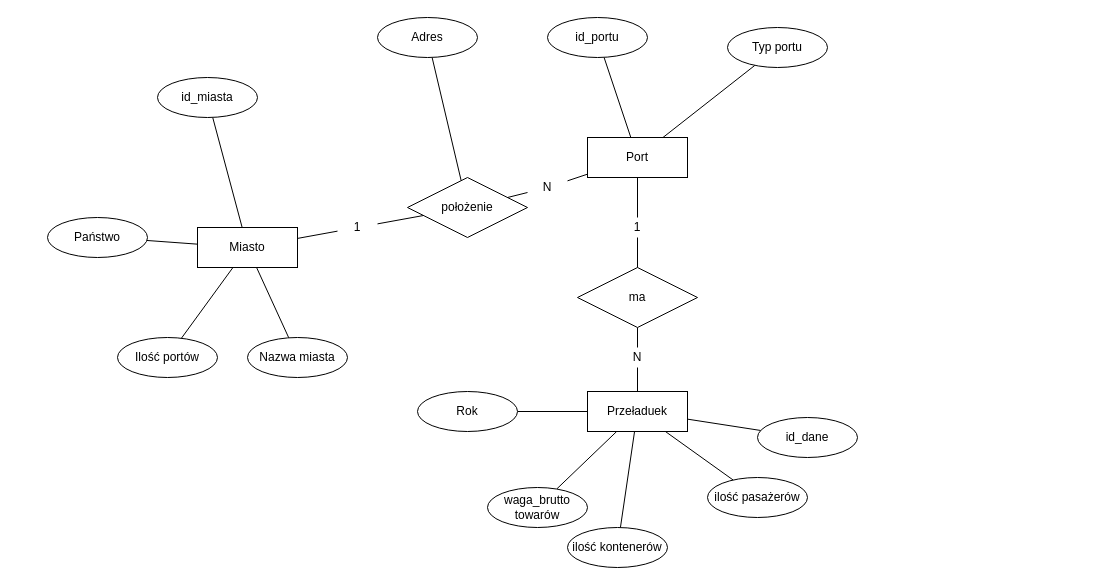
The draw.io diagram portyv2.drawio in finalkiwii/databases-umbrellas, before the edit. Source tidied: cells renumbered, new cells numbered last; positions are measured from the earlier drawing's top-left corner, leaving out a move shared by most shapes. Both pictures are drawn from the tidied source at 100%, with x=0, y=0 at pixel (47, 17).
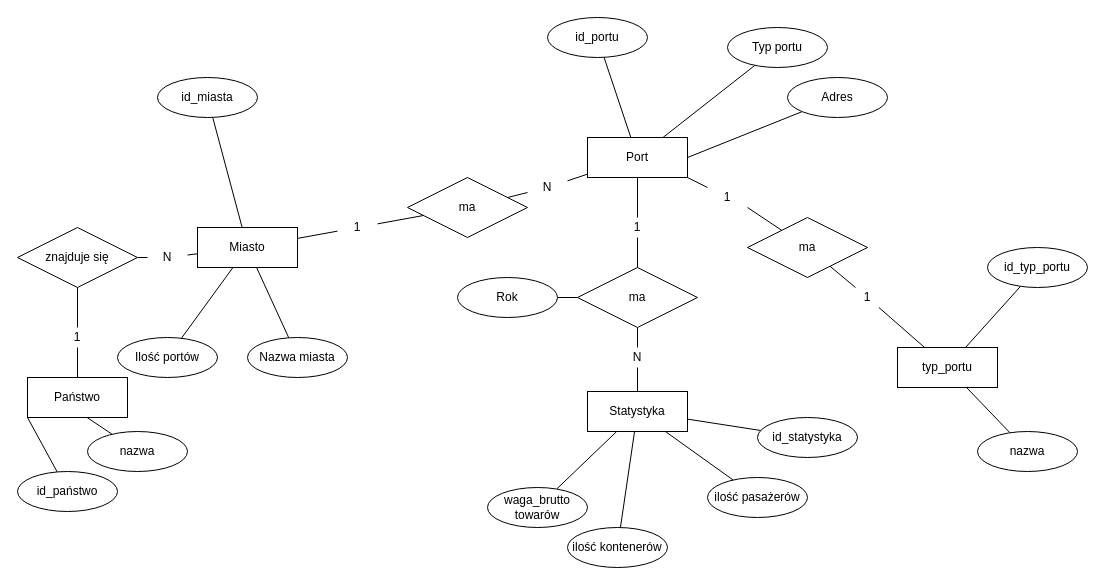
The same page after the edit.

Unchanged cells that the change refers to:
```xml
<mxCell id="2" value="Miasto" style="whiteSpace=wrap;html=1;align=center;" parent="1" vertex="1">
  <mxGeometry x="150" y="210" width="100" height="40" as="geometry" />
</mxCell>
<mxCell id="7" value="Port" style="whiteSpace=wrap;html=1;align=center;" parent="1" vertex="1">
  <mxGeometry x="540" y="120" width="100" height="40" as="geometry" />
</mxCell>
<mxCell id="28" value="ma" style="shape=rhombus;perimeter=rhombusPerimeter;whiteSpace=wrap;html=1;align=center;" parent="1" vertex="1">
  <mxGeometry x="530" y="250" width="120" height="60" as="geometry" />
</mxCell>
```

What changed in the source:
```diff
@@
-    <mxCell id="3" style="rounded=0;jettySize=auto;html=1;endArrow=none;endFill=0;" parent="1" edge="1" source="4" target="2">
+    <mxCell id="3" style="rounded=0;jettySize=auto;html=1;endArrow=none;endFill=0;entryX=0;entryY=0;entryDx=0;entryDy=0;" parent="1" edge="1" source="4" target="49">
       <mxGeometry relative="1" as="geometry" />
     </mxCell>
-    <mxCell id="4" value="Państwo" style="ellipse;whiteSpace=wrap;html=1;align=center;" parent="1" vertex="1">
-      <mxGeometry y="200" width="100" height="40" as="geometry" />
+    <mxCell id="4" value="nazwa" style="ellipse;whiteSpace=wrap;html=1;align=center;" parent="1" vertex="1">
+      <mxGeometry x="40" y="414" width="100" height="40" as="geometry" />
     </mxCell>
@@
-    <mxCell id="10" value="położenie" style="shape=rhombus;perimeter=rhombusPerimeter;whiteSpace=wrap;html=1;align=center;" parent="1" vertex="1">
+    <mxCell id="10" value="ma" style="shape=rhombus;perimeter=rhombusPerimeter;whiteSpace=wrap;html=1;align=center;" parent="1" vertex="1">
       <mxGeometry x="360" y="160" width="120" height="60" as="geometry" />
     </mxCell>
-    <mxCell id="11" style="edgeStyle=none;rounded=0;jettySize=auto;html=1;endArrow=none;endFill=0;" parent="1" edge="1" source="12" target="10">
+    <mxCell id="11" style="edgeStyle=none;rounded=0;jettySize=auto;html=1;endArrow=none;endFill=0;entryX=1;entryY=0.5;entryDx=0;entryDy=0;" parent="1" edge="1" source="12" target="7">
       <mxGeometry relative="1" as="geometry" />
     </mxCell>
     <mxCell id="12" value="Adres" style="ellipse;whiteSpace=wrap;html=1;align=center;" parent="1" vertex="1">
-      <mxGeometry x="330" width="100" height="40" as="geometry" />
+      <mxGeometry x="740" y="60" width="100" height="40" as="geometry" />
     </mxCell>
@@
-    <mxCell id="21" value="Przeładuek" style="whiteSpace=wrap;html=1;align=center;" parent="1" vertex="1">
+    <mxCell id="21" value="Statystyka" style="whiteSpace=wrap;html=1;align=center;" parent="1" vertex="1">
       <mxGeometry x="540" y="374" width="100" height="40" as="geometry" />
     </mxCell>
@@
-    <mxCell id="29" style="edgeStyle=none;rounded=0;jettySize=auto;html=1;endArrow=none;endFill=0;entryX=0;entryY=0.5;entryDx=0;entryDy=0;" parent="1" edge="1" source="30" target="21">
+    <mxCell id="29" style="edgeStyle=none;rounded=0;jettySize=auto;html=1;endArrow=none;endFill=0;entryX=0;entryY=0.5;entryDx=0;entryDy=0;" parent="1" edge="1" source="30" target="28">
       <mxGeometry relative="1" as="geometry" />
     </mxCell>
     <mxCell id="30" value="Rok" style="ellipse;whiteSpace=wrap;html=1;align=center;" parent="1" vertex="1">
-      <mxGeometry x="370" y="374" width="100" height="40" as="geometry" />
+      <mxGeometry x="410" y="260" width="100" height="40" as="geometry" />
     </mxCell>
@@
-    <mxCell id="39" value="id_dane" style="ellipse;whiteSpace=wrap;html=1;align=center;" parent="1" vertex="1">
+    <mxCell id="39" value="id_statystyka" style="ellipse;whiteSpace=wrap;html=1;align=center;" parent="1" vertex="1">
       <mxGeometry x="710" y="400" width="100" height="40" as="geometry" />
     </mxCell>
@@
+    <mxCell id="44" style="rounded=0;jettySize=auto;html=1;endArrow=none;endFill=0;" parent="1" edge="1" source="52" target="2">
+      <mxGeometry relative="1" as="geometry" />
+    </mxCell>
+    <mxCell id="45" value="znajduje się" style="shape=rhombus;perimeter=rhombusPerimeter;whiteSpace=wrap;html=1;align=center;" parent="1" vertex="1">
+      <mxGeometry x="-30" y="210" width="120" height="60" as="geometry" />
+    </mxCell>
+    <mxCell id="46" style="rounded=0;jettySize=auto;html=1;endArrow=none;endFill=0;entryX=0;entryY=1;entryDx=0;entryDy=0;" parent="1" edge="1" source="47" target="49">
+      <mxGeometry relative="1" as="geometry" />
+    </mxCell>
+    <mxCell id="47" value="id_państwo" style="ellipse;whiteSpace=wrap;html=1;align=center;" parent="1" vertex="1">
+      <mxGeometry x="-30" y="454" width="100" height="40" as="geometry" />
+    </mxCell>
+    <mxCell id="48" style="edgeStyle=none;rounded=0;jettySize=auto;html=1;endArrow=none;endFill=0;" parent="1" edge="1" source="50" target="45">
+      <mxGeometry relative="1" as="geometry" />
+    </mxCell>
+    <mxCell id="49" value="Państwo" style="whiteSpace=wrap;html=1;align=center;" parent="1" vertex="1">
+      <mxGeometry x="-20" y="360" width="100" height="40" as="geometry" />
+    </mxCell>
+    <mxCell id="50" value="1" style="text;html=1;strokeColor=none;fillColor=none;align=center;verticalAlign=middle;whiteSpace=wrap;rounded=0;" parent="1" vertex="1">
+      <mxGeometry x="10" y="310" width="40" height="20" as="geometry" />
+    </mxCell>
+    <mxCell id="51" style="edgeStyle=none;rounded=0;jettySize=auto;html=1;endArrow=none;endFill=0;" parent="1" edge="1" source="49" target="50">
+      <mxGeometry relative="1" as="geometry" />
+    </mxCell>
+    <mxCell id="52" value="N" style="text;html=1;strokeColor=none;fillColor=none;align=center;verticalAlign=middle;whiteSpace=wrap;rounded=0;" parent="1" vertex="1">
+      <mxGeometry x="100" y="230" width="40" height="20" as="geometry" />
+    </mxCell>
+    <mxCell id="53" style="rounded=0;jettySize=auto;html=1;endArrow=none;endFill=0;" parent="1" edge="1" source="45" target="52">
+      <mxGeometry relative="1" as="geometry" />
+    </mxCell>
+    <mxCell id="54" style="edgeStyle=none;rounded=0;orthogonalLoop=1;jettySize=auto;html=1;exitX=0.5;exitY=0;exitDx=0;exitDy=0;endArrow=none;endFill=0;" parent="1" edge="1" source="50" target="50">
+      <mxGeometry relative="1" as="geometry" />
+    </mxCell>
+    <mxCell id="55" style="rounded=0;jettySize=auto;html=1;entryX=1;entryY=1;entryDx=0;entryDy=0;endArrow=none;endFill=0;" parent="1" edge="1" source="61" target="7">
+      <mxGeometry relative="1" as="geometry" />
+    </mxCell>
+    <mxCell id="56" value="ma" style="shape=rhombus;perimeter=rhombusPerimeter;whiteSpace=wrap;html=1;align=center;" parent="1" vertex="1">
+      <mxGeometry x="700" y="200" width="120" height="60" as="geometry" />
+    </mxCell>
+    <mxCell id="57" style="edgeStyle=none;rounded=0;jettySize=auto;html=1;endArrow=none;endFill=0;" parent="1" edge="1" source="63" target="56">
+      <mxGeometry relative="1" as="geometry" />
+    </mxCell>
+    <mxCell id="58" value="typ_portu" style="whiteSpace=wrap;html=1;align=center;" parent="1" vertex="1">
+      <mxGeometry x="850" y="330" width="100" height="40" as="geometry" />
+    </mxCell>
+    <mxCell id="59" style="edgeStyle=none;rounded=0;jettySize=auto;html=1;endArrow=none;endFill=0;" parent="1" edge="1" source="60" target="58">
+      <mxGeometry relative="1" as="geometry" />
+    </mxCell>
+    <mxCell id="60" value="id_typ_portu" style="ellipse;whiteSpace=wrap;html=1;align=center;" parent="1" vertex="1">
+      <mxGeometry x="940" y="230" width="100" height="40" as="geometry" />
+    </mxCell>
+    <mxCell id="61" value="1" style="text;html=1;strokeColor=none;fillColor=none;align=center;verticalAlign=middle;whiteSpace=wrap;rounded=0;" parent="1" vertex="1">
+      <mxGeometry x="660" y="170" width="40" height="20" as="geometry" />
+    </mxCell>
+    <mxCell id="62" style="rounded=0;jettySize=auto;html=1;entryX=1;entryY=1;entryDx=0;entryDy=0;endArrow=none;endFill=0;" parent="1" edge="1" source="56" target="61">
+      <mxGeometry relative="1" as="geometry" />
+    </mxCell>
+    <mxCell id="63" value="1" style="text;html=1;strokeColor=none;fillColor=none;align=center;verticalAlign=middle;whiteSpace=wrap;rounded=0;" parent="1" vertex="1">
+      <mxGeometry x="800" y="270" width="40" height="20" as="geometry" />
+    </mxCell>
+    <mxCell id="64" style="edgeStyle=none;rounded=0;jettySize=auto;html=1;endArrow=none;endFill=0;" parent="1" edge="1" source="58" target="63">
+      <mxGeometry relative="1" as="geometry" />
+    </mxCell>
+    <mxCell id="65" style="edgeStyle=none;rounded=0;jettySize=auto;html=1;endArrow=none;endFill=0;" parent="1" edge="1" source="66" target="58">
+      <mxGeometry relative="1" as="geometry" />
+    </mxCell>
+    <mxCell id="66" value="nazwa" style="ellipse;whiteSpace=wrap;html=1;align=center;" parent="1" vertex="1">
+      <mxGeometry x="930" y="414" width="100" height="40" as="geometry" />
+    </mxCell>
```
